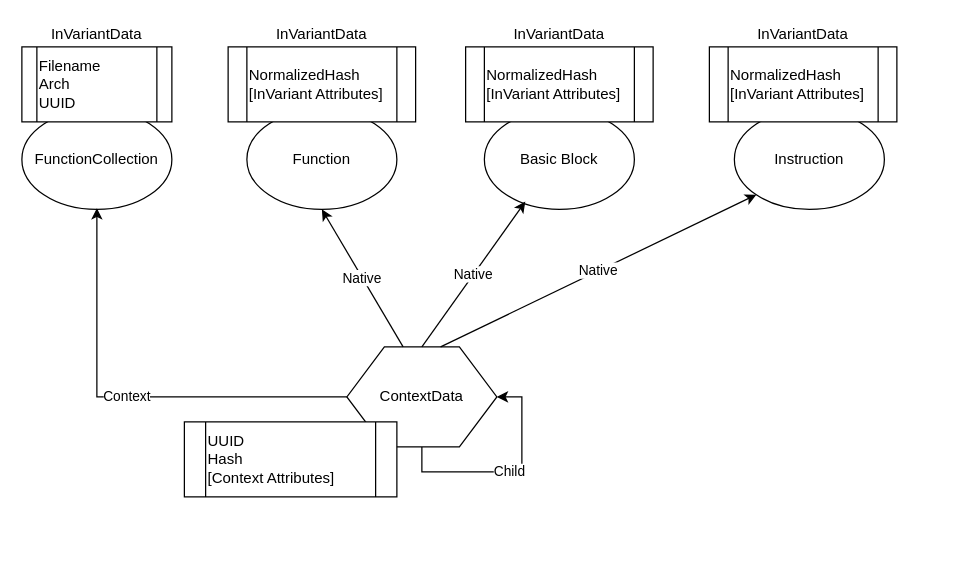
The draw.io diagram BinjDiff.drawio in CySHell/NinjDiff, before the edit. Source tidied: cells renumbered, new cells numbered last; positions are measured from the earlier drawing's top-left corner, leaving out a move shared by most shapes. Both pictures are drawn from the tidied source at 125%, with x=0, y=0 at pixel (21, 21).
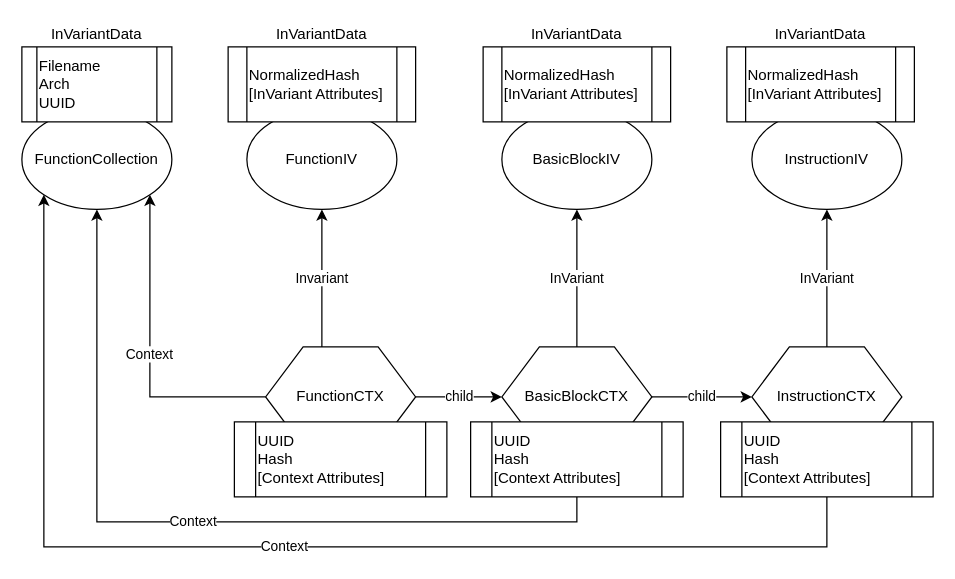
The same diagram, later.

Unchanged cells that the change refers to:
```xml
<mxCell id="2" value="FunctionCollection" style="ellipse;whiteSpace=wrap;html=1;" parent="1" vertex="1">
  <mxGeometry y="70" width="120" height="80" as="geometry" />
</mxCell>
```

Change to the diagram source:
```diff
@@
-    <mxCell id="3" value="Function" style="ellipse;whiteSpace=wrap;html=1;" parent="1" vertex="1">
+    <mxCell id="3" value="FunctionIV" style="ellipse;whiteSpace=wrap;html=1;" parent="1" vertex="1">
       <mxGeometry x="180" y="70" width="120" height="80" as="geometry" />
     </mxCell>
-    <mxCell id="4" value="Basic Block" style="ellipse;whiteSpace=wrap;html=1;" parent="1" vertex="1">
-      <mxGeometry x="370" y="70" width="120" height="80" as="geometry" />
+    <mxCell id="4" value="BasicBlockIV" style="ellipse;whiteSpace=wrap;html=1;" parent="1" vertex="1">
+      <mxGeometry x="384" y="70" width="120" height="80" as="geometry" />
     </mxCell>
-    <mxCell id="5" value="Instruction" style="ellipse;whiteSpace=wrap;html=1;" parent="1" vertex="1">
-      <mxGeometry x="570" y="70" width="120" height="80" as="geometry" />
+    <mxCell id="5" value="InstructionIV" style="ellipse;whiteSpace=wrap;html=1;" parent="1" vertex="1">
+      <mxGeometry x="584" y="70" width="120" height="80" as="geometry" />
     </mxCell>
@@
-    <mxCell id="10" style="edgeStyle=orthogonalEdgeStyle;rounded=0;orthogonalLoop=1;jettySize=auto;html=1;entryX=1;entryY=0.75;entryDx=0;entryDy=0;exitX=1;exitY=0.5;exitDx=0;exitDy=0;" parent="1" edge="1" source="13" target="13">
-      <mxGeometry relative="1" as="geometry" />
-    </mxCell>
-    <mxCell id="11" value="Child" style="edgeStyle=orthogonalEdgeStyle;rounded=0;orthogonalLoop=1;jettySize=auto;html=1;entryX=1;entryY=0.5;entryDx=0;entryDy=0;" parent="1" edge="1" source="13" target="13">
-      <mxGeometry relative="1" as="geometry">
-        <Array as="points">
-          <mxPoint x="320" y="360" />
-          <mxPoint x="400" y="360" />
-          <mxPoint x="400" y="300" />
-        </Array>
-      </mxGeometry>
-    </mxCell>
-    <mxCell id="12" value="Context" style="edgeStyle=orthogonalEdgeStyle;rounded=0;jettySize=auto;html=1;" parent="1" edge="1" source="13">
+    <mxCell id="12" value="Context" style="edgeStyle=orthogonalEdgeStyle;rounded=0;jettySize=auto;html=1;entryX=1;entryY=1;entryDx=0;entryDy=0;" parent="1" edge="1" source="13" target="2">
       <mxGeometry relative="1" as="geometry">
-        <mxPoint x="60" y="149" as="targetPoint" />
         <Array as="points">
-          <mxPoint x="60" y="300" />
-          <mxPoint x="60" y="149" />
+          <mxPoint x="102" y="300" />
         </Array>
       </mxGeometry>
     </mxCell>
+    <mxCell id="22" value="child" style="edgeStyle=orthogonalEdgeStyle;rounded=0;jettySize=auto;html=1;exitX=1;exitY=0.5;exitDx=0;exitDy=0;" parent="1" edge="1" source="13" target="24">
+      <mxGeometry relative="1" as="geometry" />
+    </mxCell>
-    <mxCell id="13" value="ContextData" style="shape=hexagon;perimeter=hexagonPerimeter2;whiteSpace=wrap;html=1;" parent="1" vertex="1">
-      <mxGeometry x="260" y="260" width="120" height="80" as="geometry" />
+    <mxCell id="13" value="FunctionCTX" style="shape=hexagon;perimeter=hexagonPerimeter2;whiteSpace=wrap;html=1;" parent="1" vertex="1">
+      <mxGeometry x="195" y="260" width="120" height="80" as="geometry" />
     </mxCell>
+    <mxCell id="23" value="child" style="edgeStyle=orthogonalEdgeStyle;rounded=0;jettySize=auto;html=1;" parent="1" edge="1" source="24" target="25">
+      <mxGeometry relative="1" as="geometry" />
+    </mxCell>
+    <mxCell id="24" value="BasicBlockCTX" style="shape=hexagon;perimeter=hexagonPerimeter2;whiteSpace=wrap;html=1;" parent="1" vertex="1">
+      <mxGeometry x="384" y="260" width="120" height="80" as="geometry" />
+    </mxCell>
+    <mxCell id="25" value="InstructionCTX" style="shape=hexagon;perimeter=hexagonPerimeter2;whiteSpace=wrap;html=1;" parent="1" vertex="1">
+      <mxGeometry x="584" y="260" width="120" height="80" as="geometry" />
+    </mxCell>
     <mxCell id="14" value="UUID&lt;br&gt;Hash&lt;br&gt;[Context Attributes]" style="shape=process;whiteSpace=wrap;html=1;backgroundOutline=1;align=left;" parent="1" vertex="1">
-      <mxGeometry x="130" y="320" width="170" height="60" as="geometry" />
+      <mxGeometry x="170" y="320" width="170" height="60" as="geometry" />
     </mxCell>
     <mxCell id="15" value="InVariantData" style="text;html=1;strokeColor=none;fillColor=none;align=center;verticalAlign=middle;whiteSpace=wrap;rounded=0;" parent="1" vertex="1">
-      <mxGeometry x="410" width="40" height="20" as="geometry" />
+      <mxGeometry x="424" width="40" height="20" as="geometry" />
     </mxCell>
     <mxCell id="16" value="NormalizedHash&lt;br&gt;[InVariant Attributes]" style="shape=process;whiteSpace=wrap;html=1;backgroundOutline=1;align=left;" parent="1" vertex="1">
-      <mxGeometry x="355" y="20" width="150" height="60" as="geometry" />
+      <mxGeometry x="369" y="20" width="150" height="60" as="geometry" />
     </mxCell>
     <mxCell id="17" value="InVariantData" style="text;html=1;strokeColor=none;fillColor=none;align=center;verticalAlign=middle;whiteSpace=wrap;rounded=0;" parent="1" vertex="1">
-      <mxGeometry x="605" width="40" height="20" as="geometry" />
+      <mxGeometry x="619" width="40" height="20" as="geometry" />
     </mxCell>
     <mxCell id="18" value="NormalizedHash&lt;br&gt;[InVariant Attributes]" style="shape=process;whiteSpace=wrap;html=1;backgroundOutline=1;align=left;" parent="1" vertex="1">
-      <mxGeometry x="550" y="20" width="150" height="60" as="geometry" />
+      <mxGeometry x="564" y="20" width="150" height="60" as="geometry" />
     </mxCell>
-    <mxCell id="19" value="Native" style="rounded=0;jettySize=auto;html=1;exitX=0.375;exitY=0;exitDx=0;exitDy=0;entryX=0.5;entryY=1;entryDx=0;entryDy=0;" parent="1" edge="1" source="13" target="3">
+    <mxCell id="19" value="Invariant" style="rounded=0;jettySize=auto;html=1;exitX=0.375;exitY=0;exitDx=0;exitDy=0;entryX=0.5;entryY=1;entryDx=0;entryDy=0;" parent="1" edge="1" source="13" target="3">
       <mxGeometry relative="1" as="geometry" />
     </mxCell>
-    <mxCell id="20" value="Native" style="rounded=0;jettySize=auto;html=1;exitX=0.5;exitY=0;exitDx=0;exitDy=0;entryX=0.273;entryY=0.922;entryDx=0;entryDy=0;entryPerimeter=0;" parent="1" edge="1" source="13" target="4">
+    <mxCell id="20" value="InVariant" style="rounded=0;jettySize=auto;html=1;entryX=0.5;entryY=1;entryDx=0;entryDy=0;exitX=0.5;exitY=0;exitDx=0;exitDy=0;" parent="1" edge="1" source="24" target="4">
       <mxGeometry relative="1" as="geometry" />
     </mxCell>
-    <mxCell id="21" value="Native" style="rounded=0;jettySize=auto;html=1;exitX=0.625;exitY=0;exitDx=0;exitDy=0;entryX=0;entryY=1;entryDx=0;entryDy=0;" parent="1" edge="1" source="13" target="5">
+    <mxCell id="21" value="InVariant" style="rounded=0;jettySize=auto;html=1;exitX=0.5;exitY=0;exitDx=0;exitDy=0;entryX=0.5;entryY=1;entryDx=0;entryDy=0;" parent="1" edge="1" source="25" target="5">
       <mxGeometry relative="1" as="geometry" />
     </mxCell>
+    <mxCell id="26" value="UUID&lt;br&gt;Hash&lt;br&gt;[Context Attributes]" style="shape=process;whiteSpace=wrap;html=1;backgroundOutline=1;align=left;" parent="1" vertex="1">
+      <mxGeometry x="359" y="320" width="170" height="60" as="geometry" />
+    </mxCell>
+    <mxCell id="27" value="UUID&lt;br&gt;Hash&lt;br&gt;[Context Attributes]" style="shape=process;whiteSpace=wrap;html=1;backgroundOutline=1;align=left;" parent="1" vertex="1">
+      <mxGeometry x="559" y="320" width="170" height="60" as="geometry" />
+    </mxCell>
+    <mxCell id="28" value="Context" style="edgeStyle=orthogonalEdgeStyle;rounded=0;jettySize=auto;html=1;exitX=0.5;exitY=1;exitDx=0;exitDy=0;" parent="1" edge="1" source="26">
+      <mxGeometry relative="1" as="geometry">
+        <mxPoint x="60" y="150" as="targetPoint" />
+        <Array as="points">
+          <mxPoint x="444" y="400" />
+          <mxPoint x="60" y="400" />
+          <mxPoint x="60" y="150" />
+        </Array>
+      </mxGeometry>
+    </mxCell>
+    <mxCell id="29" value="Context" style="edgeStyle=orthogonalEdgeStyle;rounded=0;jettySize=auto;html=1;exitX=0.5;exitY=1;exitDx=0;exitDy=0;entryX=0;entryY=1;entryDx=0;entryDy=0;" parent="1" edge="1" source="27" target="2">
+      <mxGeometry relative="1" as="geometry">
+        <Array as="points">
+          <mxPoint x="644" y="420" />
+          <mxPoint x="18" y="420" />
+        </Array>
+      </mxGeometry>
+    </mxCell>
```
